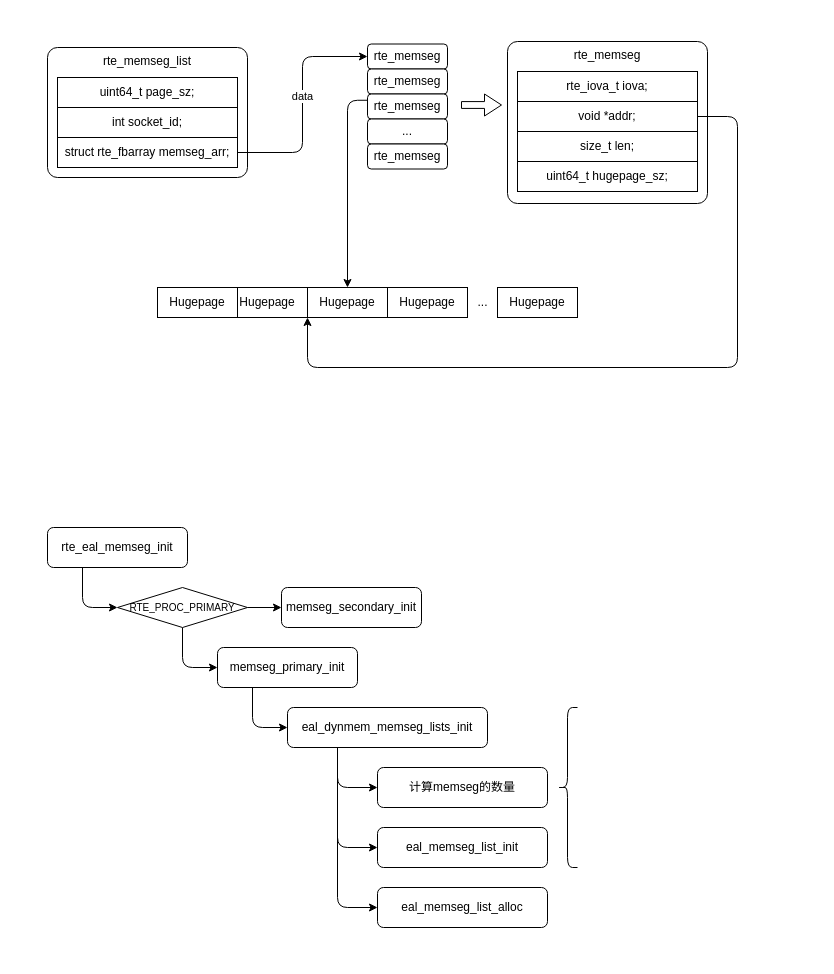
Earlier version of the draw.io diagram page "memseg" (1 of 6) of dpdk.drawio (Aspiresky/draw.io). Source tidied: cells renumbered, new cells numbered last; positions are measured from the earlier drawing's top-left corner, leaving out a move shared by most shapes. Both pictures are drawn from the tidied source at 100%, with x=0, y=0 at pixel (47, 41).
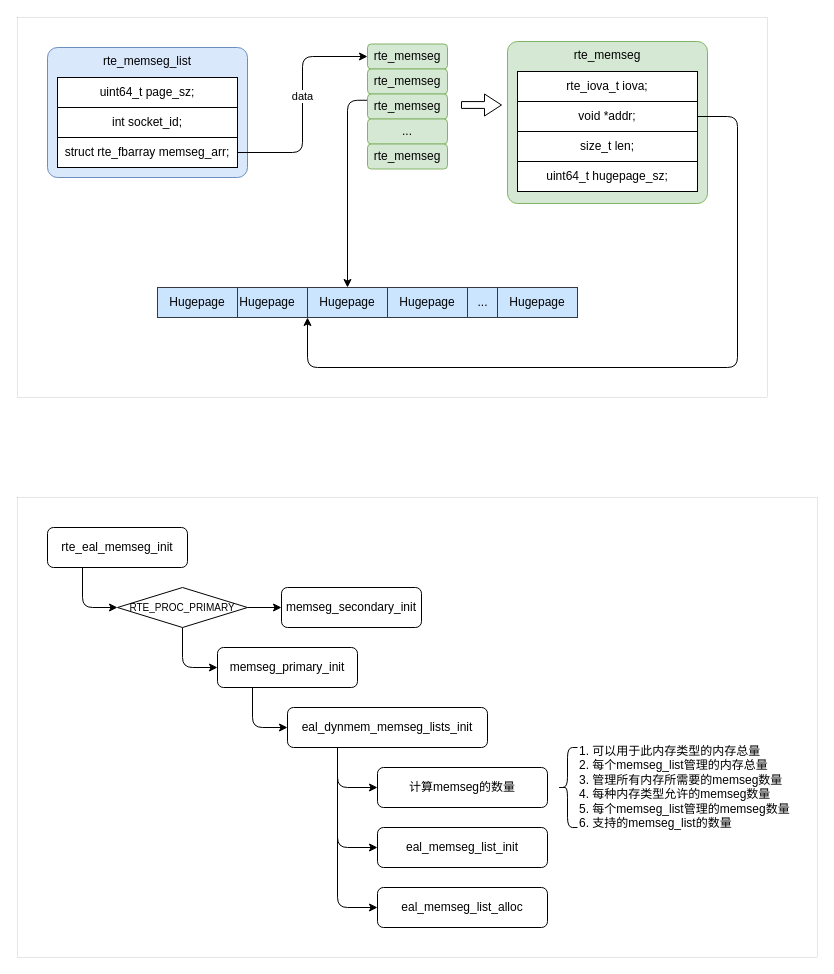
The same diagram, later.

Unchanged cells that the change refers to:
```xml
<mxCell id="5" value="struct rte_fbarray memseg_arr;" style="rounded=0;whiteSpace=wrap;html=1;" parent="1" vertex="1">
  <mxGeometry x="10" y="96" width="180" height="30" as="geometry" />
</mxCell>
<mxCell id="19" value="void *addr;" style="rounded=0;whiteSpace=wrap;html=1;" parent="1" vertex="1">
  <mxGeometry x="470" y="60" width="180" height="30" as="geometry" />
</mxCell>
```

Change to the diagram source:
```diff
@@
+    <mxCell id="43" style="rounded=0;whiteSpace=wrap;html=1;strokeWidth=0;" parent="1" vertex="1">
+      <mxGeometry x="-30" y="-24" width="750" height="380" as="geometry" />
+    </mxCell>
-    <mxCell id="2" value="rte_memseg_list" style="rounded=1;whiteSpace=wrap;html=1;verticalAlign=top;absoluteArcSize=1;" parent="1" vertex="1">
+    <mxCell id="2" value="rte_memseg_list" style="rounded=1;whiteSpace=wrap;html=1;verticalAlign=top;absoluteArcSize=1;fillColor=#dae8fc;strokeColor=#6c8ebf;" parent="1" vertex="1">
       <mxGeometry y="6" width="200" height="130" as="geometry" />
     </mxCell>
-    <mxCell id="3" style="edgeStyle=orthogonalEdgeStyle;rounded=1;jettySize=auto;html=1;exitX=1;exitY=0.5;exitDx=0;exitDy=0;entryX=0;entryY=0.5;entryDx=0;entryDy=0;curved=0;" parent="1" edge="1" source="5" target="8">
-      <mxGeometry relative="1" as="geometry" />
-    </mxCell>
+    <mxCell id="44" style="edgeStyle=orthogonalEdgeStyle;rounded=1;jettySize=auto;html=1;exitX=1;exitY=0.5;exitDx=0;exitDy=0;entryX=0;entryY=0.5;entryDx=0;entryDy=0;curved=0;" parent="1" edge="1" source="5" target="45">
+      <mxGeometry relative="1" as="geometry" />
+    </mxCell>
-    <mxCell id="4" value="data" style="edgeLabel;html=1;align=center;verticalAlign=middle;" parent="3" vertex="1">
+    <mxCell id="4" value="data" style="edgeLabel;html=1;align=center;verticalAlign=middle;" parent="44" vertex="1">
       <mxGeometry x="0.08" y="1" relative="1" as="geometry" />
     </mxCell>
@@
-    <mxCell id="8" value="rte_memseg" style="rounded=1;whiteSpace=wrap;html=1;" parent="1" vertex="1">
-      <mxGeometry x="320" y="2.5" width="80" height="25" as="geometry" />
-    </mxCell>
-    <mxCell id="9" value="rte_memseg" style="rounded=1;whiteSpace=wrap;html=1;" parent="1" vertex="1">
-      <mxGeometry x="320" y="27.5" width="80" height="25" as="geometry" />
-    </mxCell>
-    <mxCell id="10" style="edgeStyle=orthogonalEdgeStyle;rounded=1;jettySize=auto;html=1;exitX=0;exitY=0.25;exitDx=0;exitDy=0;curved=0;" parent="1" edge="1" source="11" target="22">
-      <mxGeometry relative="1" as="geometry" />
-    </mxCell>
-    <mxCell id="11" value="rte_memseg" style="rounded=1;whiteSpace=wrap;html=1;" parent="1" vertex="1">
-      <mxGeometry x="320" y="52.5" width="80" height="25" as="geometry" />
-    </mxCell>
-    <mxCell id="12" value="..." style="rounded=1;whiteSpace=wrap;html=1;" parent="1" vertex="1">
-      <mxGeometry x="320" y="77.5" width="80" height="25" as="geometry" />
-    </mxCell>
-    <mxCell id="13" value="rte_memseg" style="rounded=1;whiteSpace=wrap;html=1;" parent="1" vertex="1">
-      <mxGeometry x="320" y="102.5" width="80" height="25" as="geometry" />
-    </mxCell>
+    <mxCell id="45" value="rte_memseg" style="rounded=1;whiteSpace=wrap;html=1;fillColor=#d5e8d4;strokeColor=#82b366;" parent="1" vertex="1">
+      <mxGeometry x="320" y="2.5" width="80" height="25" as="geometry" />
+    </mxCell>
+    <mxCell id="46" value="rte_memseg" style="rounded=1;whiteSpace=wrap;html=1;fillColor=#d5e8d4;strokeColor=#82b366;" parent="1" vertex="1">
+      <mxGeometry x="320" y="27.5" width="80" height="25" as="geometry" />
+    </mxCell>
+    <mxCell id="47" style="edgeStyle=orthogonalEdgeStyle;rounded=1;jettySize=auto;html=1;exitX=0;exitY=0.25;exitDx=0;exitDy=0;curved=0;" parent="1" edge="1" source="48" target="54">
+      <mxGeometry relative="1" as="geometry" />
+    </mxCell>
+    <mxCell id="48" value="rte_memseg" style="rounded=1;whiteSpace=wrap;html=1;fillColor=#d5e8d4;strokeColor=#82b366;" parent="1" vertex="1">
+      <mxGeometry x="320" y="52.5" width="80" height="25" as="geometry" />
+    </mxCell>
+    <mxCell id="49" value="..." style="rounded=1;whiteSpace=wrap;html=1;fillColor=#d5e8d4;strokeColor=#82b366;" parent="1" vertex="1">
+      <mxGeometry x="320" y="77.5" width="80" height="25" as="geometry" />
+    </mxCell>
+    <mxCell id="50" value="rte_memseg" style="rounded=1;whiteSpace=wrap;html=1;fillColor=#d5e8d4;strokeColor=#82b366;" parent="1" vertex="1">
+      <mxGeometry x="320" y="102.5" width="80" height="25" as="geometry" />
+    </mxCell>
@@
-    <mxCell id="15" value="rte_memseg" style="rounded=1;whiteSpace=wrap;html=1;verticalAlign=top;absoluteArcSize=1;" parent="1" vertex="1">
-      <mxGeometry x="460" width="200" height="162" as="geometry" />
-    </mxCell>
+    <mxCell id="51" value="rte_memseg" style="rounded=1;whiteSpace=wrap;html=1;verticalAlign=top;absoluteArcSize=1;fillColor=#d5e8d4;strokeColor=#82b366;" parent="1" vertex="1">
+      <mxGeometry x="460" width="200" height="162" as="geometry" />
+    </mxCell>
@@
-    <mxCell id="18" style="edgeStyle=orthogonalEdgeStyle;rounded=1;jettySize=auto;html=1;exitX=1;exitY=0.5;exitDx=0;exitDy=0;entryX=0;entryY=1;entryDx=0;entryDy=0;curved=0;" parent="1" edge="1" source="19" target="22">
-      <mxGeometry relative="1" as="geometry">
-        <Array as="points">
-          <mxPoint x="690" y="75" />
-          <mxPoint x="690" y="326" />
-          <mxPoint x="260" y="326" />
-        </Array>
-      </mxGeometry>
-    </mxCell>
+    <mxCell id="52" style="edgeStyle=orthogonalEdgeStyle;rounded=1;jettySize=auto;html=1;exitX=1;exitY=0.5;exitDx=0;exitDy=0;entryX=0;entryY=1;entryDx=0;entryDy=0;curved=0;" parent="1" edge="1" source="19" target="54">
+      <mxGeometry relative="1" as="geometry">
+        <Array as="points">
+          <mxPoint x="690" y="75" />
+          <mxPoint x="690" y="326" />
+          <mxPoint x="260" y="326" />
+        </Array>
+      </mxGeometry>
+    </mxCell>
@@
-    <mxCell id="21" value="Hugepage" style="rounded=0;whiteSpace=wrap;html=1;" parent="1" vertex="1">
-      <mxGeometry x="180" y="246" width="80" height="30" as="geometry" />
-    </mxCell>
-    <mxCell id="22" value="Hugepage" style="rounded=0;whiteSpace=wrap;html=1;" parent="1" vertex="1">
-      <mxGeometry x="260" y="246" width="80" height="30" as="geometry" />
-    </mxCell>
-    <mxCell id="23" value="Hugepage" style="rounded=0;whiteSpace=wrap;html=1;" parent="1" vertex="1">
-      <mxGeometry x="340" y="246" width="80" height="30" as="geometry" />
-    </mxCell>
-    <mxCell id="24" value="Hugepage" style="rounded=0;whiteSpace=wrap;html=1;" parent="1" vertex="1">
-      <mxGeometry x="450" y="246" width="80" height="30" as="geometry" />
-    </mxCell>
-    <mxCell id="25" value="..." style="text;html=1;align=center;verticalAlign=middle;strokeColor=none;fillColor=none;" parent="1" vertex="1">
-      <mxGeometry x="420" y="246" width="30" height="30" as="geometry" />
-    </mxCell>
-    <mxCell id="26" value="Hugepage" style="rounded=0;whiteSpace=wrap;html=1;" parent="1" vertex="1">
-      <mxGeometry x="110" y="246" width="80" height="30" as="geometry" />
-    </mxCell>
+    <mxCell id="53" value="Hugepage" style="rounded=0;whiteSpace=wrap;html=1;fillColor=#cce5ff;strokeColor=#36393d;" parent="1" vertex="1">
+      <mxGeometry x="180" y="246" width="80" height="30" as="geometry" />
+    </mxCell>
+    <mxCell id="54" value="Hugepage" style="rounded=0;whiteSpace=wrap;html=1;fillColor=#cce5ff;strokeColor=#36393d;" parent="1" vertex="1">
+      <mxGeometry x="260" y="246" width="80" height="30" as="geometry" />
+    </mxCell>
+    <mxCell id="55" value="Hugepage" style="rounded=0;whiteSpace=wrap;html=1;fillColor=#cce5ff;strokeColor=#36393d;" parent="1" vertex="1">
+      <mxGeometry x="340" y="246" width="80" height="30" as="geometry" />
+    </mxCell>
+    <mxCell id="56" value="Hugepage" style="rounded=0;whiteSpace=wrap;html=1;fillColor=#cce5ff;strokeColor=#36393d;" parent="1" vertex="1">
+      <mxGeometry x="450" y="246" width="80" height="30" as="geometry" />
+    </mxCell>
+    <mxCell id="57" value="..." style="text;html=1;align=center;verticalAlign=middle;strokeColor=#36393d;fillColor=#cce5ff;" parent="1" vertex="1">
+      <mxGeometry x="420" y="246" width="30" height="30" as="geometry" />
+    </mxCell>
+    <mxCell id="58" value="Hugepage" style="rounded=0;whiteSpace=wrap;html=1;fillColor=#cce5ff;strokeColor=#36393d;" parent="1" vertex="1">
+      <mxGeometry x="110" y="246" width="80" height="30" as="geometry" />
+    </mxCell>
+    <mxCell id="59" style="rounded=0;whiteSpace=wrap;html=1;strokeWidth=0;" parent="1" vertex="1">
+      <mxGeometry x="-30" y="456" width="800" height="460" as="geometry" />
+    </mxCell>
@@
-    <mxCell id="42" style="shape=curlyBracket;whiteSpace=wrap;html=1;rounded=1;labelPosition=left;verticalLabelPosition=middle;align=right;verticalAlign=middle;" parent="1" vertex="1">
-      <mxGeometry x="510" y="666" width="20" height="160" as="geometry" />
-    </mxCell>
+    <mxCell id="60" style="shape=curlyBracket;whiteSpace=wrap;html=1;rounded=1;labelPosition=left;verticalLabelPosition=middle;align=right;verticalAlign=middle;" parent="1" vertex="1">
+      <mxGeometry x="510" y="706" width="20" height="80" as="geometry" />
+    </mxCell>
+    <mxCell id="61" value="1. 可以用于此内存类型的内存总量&#10;2. 每个memseg_list管理的内存总量&#10;3. 管理所有内存所需要的memseg数量&#10;4. 每种内存类型允许的memseg数量&#10;5. 每个memseg_list管理的memseg数量&#10;6. 支持的memseg_list的数量" style="text;whiteSpace=wrap;" parent="1" vertex="1">
+      <mxGeometry x="530" y="696" width="240" height="100" as="geometry" />
+    </mxCell>
```
